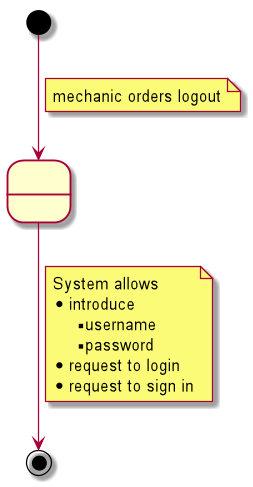
Above: documentation/1requiremets/usecases_specification/png/logout.png in Ruskab/agrimManager (PlantUML), before the change.
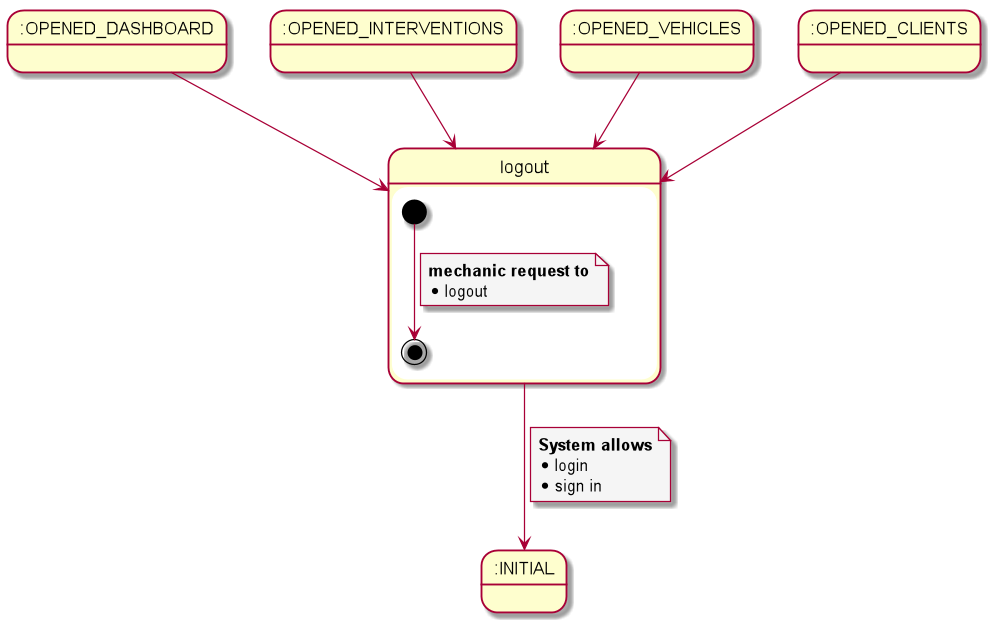
Above is the later version.

Change to the diagram source:
```diff
@@ -1,21 +1,33 @@
 @startuml
 
-state 2 as " "
-state 2 as " "
+skinparam {
+    NoteBackgroundColor #whiteSmoke
+}
 
-[*] --> 2
+state initial as ":INITIAL"
+
+state start1 as ":OPENED_DASHBOARD"
+state start2 as ":OPENED_INTERVENTIONS"
+state start3 as ":OPENED_VEHICLES"
+state start4 as ":OPENED_CLIENTS"
+
+start1 --> logout
+start2 --> logout
+start3 --> logout
+start4 --> logout
+
+state logout {
+[*] --> [*]
+    note on link
+    <b>mechanic request to</b>
+    * logout
+    end note
+}
+logout --> initial
 note on link
-    mechanic orders logout
-end note
-
-2 --> [*]
-note on link
-    System allows
-    * introduce
-    ** username
-    ** password
-    * request to login
-    * request to sign in
+    <b>System allows</b>
+    * login
+    * sign in
 end note
 
 
```
